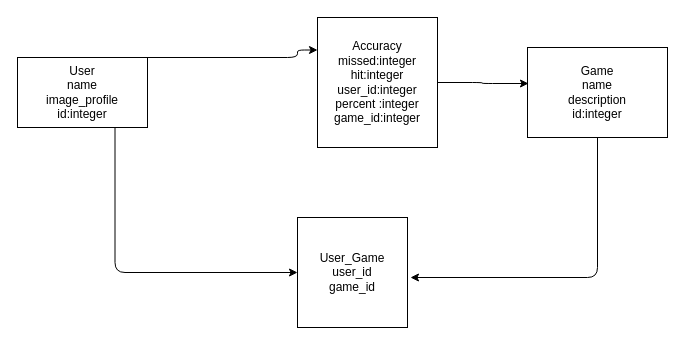
The draw.io diagram Models.dio in wthwang38/phase-5-capstone-aimassist, before the edit. Source tidied: cells renumbered, new cells numbered last; positions are measured from the earlier drawing's top-left corner, leaving out a move shared by most shapes. Both pictures are drawn from the tidied source at 100%, with x=0, y=0 at pixel (17, 17).
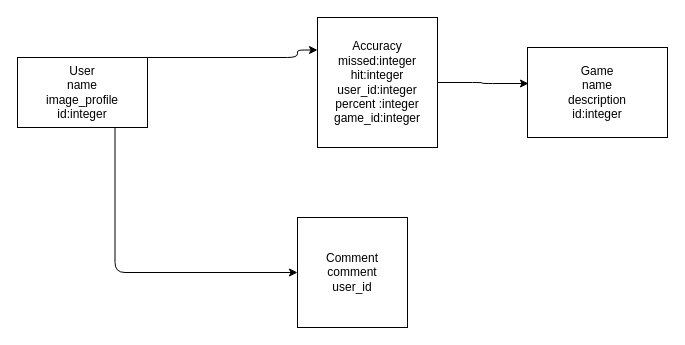
The same diagram, later.

Commit message (it also covers changes not shown here):
added proxy and changed port to 4000

Change to the diagram source:
```diff
@@
 <mxGraphModel>
   <root>
     <mxCell id="0" />
     <mxCell id="1" parent="0" />
     <mxCell id="2" style="edgeStyle=orthogonalEdgeStyle;html=1;exitX=1;exitY=0;exitDx=0;exitDy=0;entryX=0;entryY=0.25;entryDx=0;entryDy=0;" parent="1" edge="1" source="4" target="6">
       <mxGeometry relative="1" as="geometry">
         <Array as="points">
           <mxPoint x="280" y="40" />
         </Array>
       </mxGeometry>
     </mxCell>
     <mxCell id="3" style="edgeStyle=orthogonalEdgeStyle;html=1;exitX=0.75;exitY=1;exitDx=0;exitDy=0;entryX=0;entryY=0.5;entryDx=0;entryDy=0;" parent="1" edge="1" source="4" target="9">
       <mxGeometry relative="1" as="geometry" />
     </mxCell>
     <mxCell id="4" value="User&lt;br&gt;name&lt;br&gt;image_profile&lt;br&gt;id:integer" style="rounded=0;whiteSpace=wrap;html=1;" parent="1" vertex="1">
       <mxGeometry y="40" width="130" height="70" as="geometry" />
     </mxCell>
     <mxCell id="5" style="edgeStyle=orthogonalEdgeStyle;html=1;entryX=0.007;entryY=0.4;entryDx=0;entryDy=0;entryPerimeter=0;" parent="1" edge="1" source="6" target="8">
       <mxGeometry relative="1" as="geometry" />
     </mxCell>
     <mxCell id="6" value="Accuracy&lt;br&gt;missed:integer&lt;br&gt;hit:integer&lt;br&gt;user_id:integer&lt;br&gt;percent :integer&lt;br&gt;game_id:integer" style="rounded=0;whiteSpace=wrap;html=1;" parent="1" vertex="1">
       <mxGeometry x="300" width="120" height="130" as="geometry" />
     </mxCell>
-    <mxCell id="7" style="edgeStyle=orthogonalEdgeStyle;html=1;" parent="1" edge="1" source="8">
-      <mxGeometry relative="1" as="geometry">
-        <mxPoint x="393" y="260" as="targetPoint" />
-        <Array as="points">
-          <mxPoint x="580" y="260" />
-          <mxPoint x="393" y="260" />
-        </Array>
-      </mxGeometry>
-    </mxCell>
     <mxCell id="8" value="Game&lt;br&gt;name&lt;br&gt;description&lt;br&gt;id:integer" style="rounded=0;whiteSpace=wrap;html=1;" parent="1" vertex="1">
       <mxGeometry x="510" y="30" width="140" height="90" as="geometry" />
     </mxCell>
-    <mxCell id="9" value="User_Game&lt;br&gt;user_id&lt;br&gt;game_id" style="whiteSpace=wrap;html=1;" parent="1" vertex="1">
+    <mxCell id="9" value="Comment&lt;br&gt;comment&lt;br&gt;user_id&lt;br&gt;" style="whiteSpace=wrap;html=1;" parent="1" vertex="1">
       <mxGeometry x="280" y="200" width="110" height="110" as="geometry" />
     </mxCell>
   </root>
 </mxGraphModel>
```
